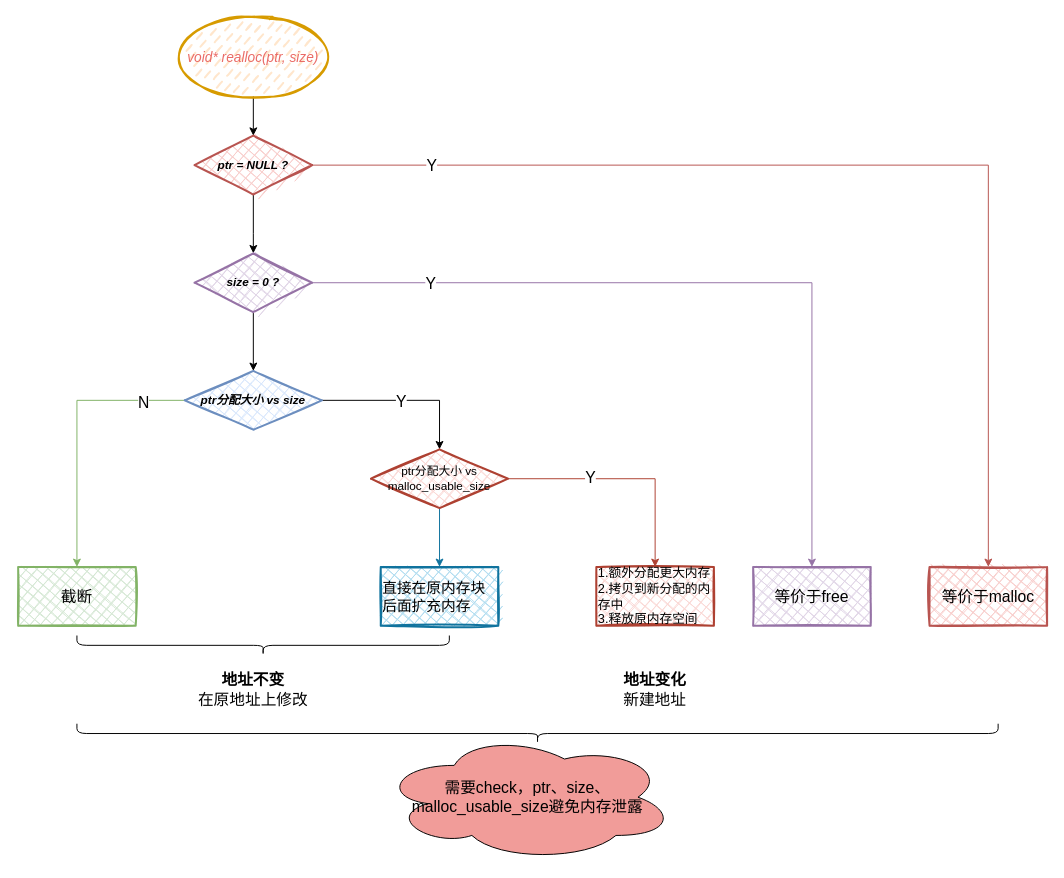
Earlier version of the draw.io diagram realloc.drawio (alanzhai219/code-snippet). Source tidied: cells renumbered, new cells numbered last; positions are measured from the earlier drawing's top-left corner, leaving out a move shared by most shapes. Both pictures are drawn from the tidied source at 98%, with x=0, y=0 at pixel (18, 18).
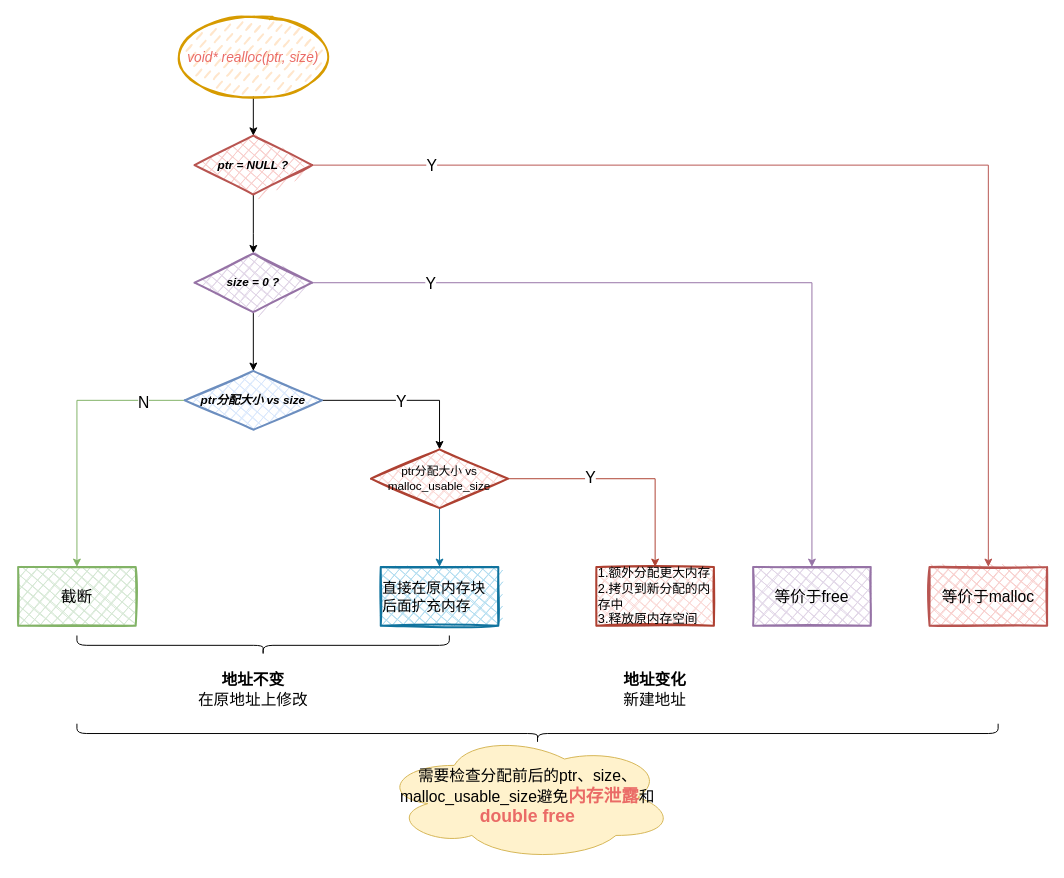
After the change.

Change to the diagram source:
```diff
@@
-    <mxCell id="30" value="&lt;div&gt;&lt;span&gt;需要check，ptr、size、malloc_usable_size避免内存泄露&lt;/span&gt;&lt;/div&gt;" style="ellipse;shape=cloud;whiteSpace=wrap;html=1;fontSize=16;fillColor=#F19C99;gradientDirection=south;align=center;" parent="1" vertex="1">
+    <mxCell id="30" value="&lt;div&gt;需要检查分配前后的ptr、size、malloc_usable_size避免&lt;b&gt;&lt;font style=&quot;font-size: 18px&quot; color=&quot;#ea6b66&quot;&gt;内存泄露&lt;/font&gt;&lt;/b&gt;和&lt;font style=&quot;font-size: 18px&quot; color=&quot;#ea6b66&quot;&gt;&lt;b&gt;double free&lt;/b&gt;&lt;/font&gt;&lt;/div&gt;" style="ellipse;shape=cloud;whiteSpace=wrap;html=1;fontSize=16;gradientDirection=south;align=center;fillColor=#fff2cc;strokeColor=#d6b656;" parent="1" vertex="1">
       <mxGeometry x="370" y="730" width="300" height="130" as="geometry" />
     </mxCell>
```
